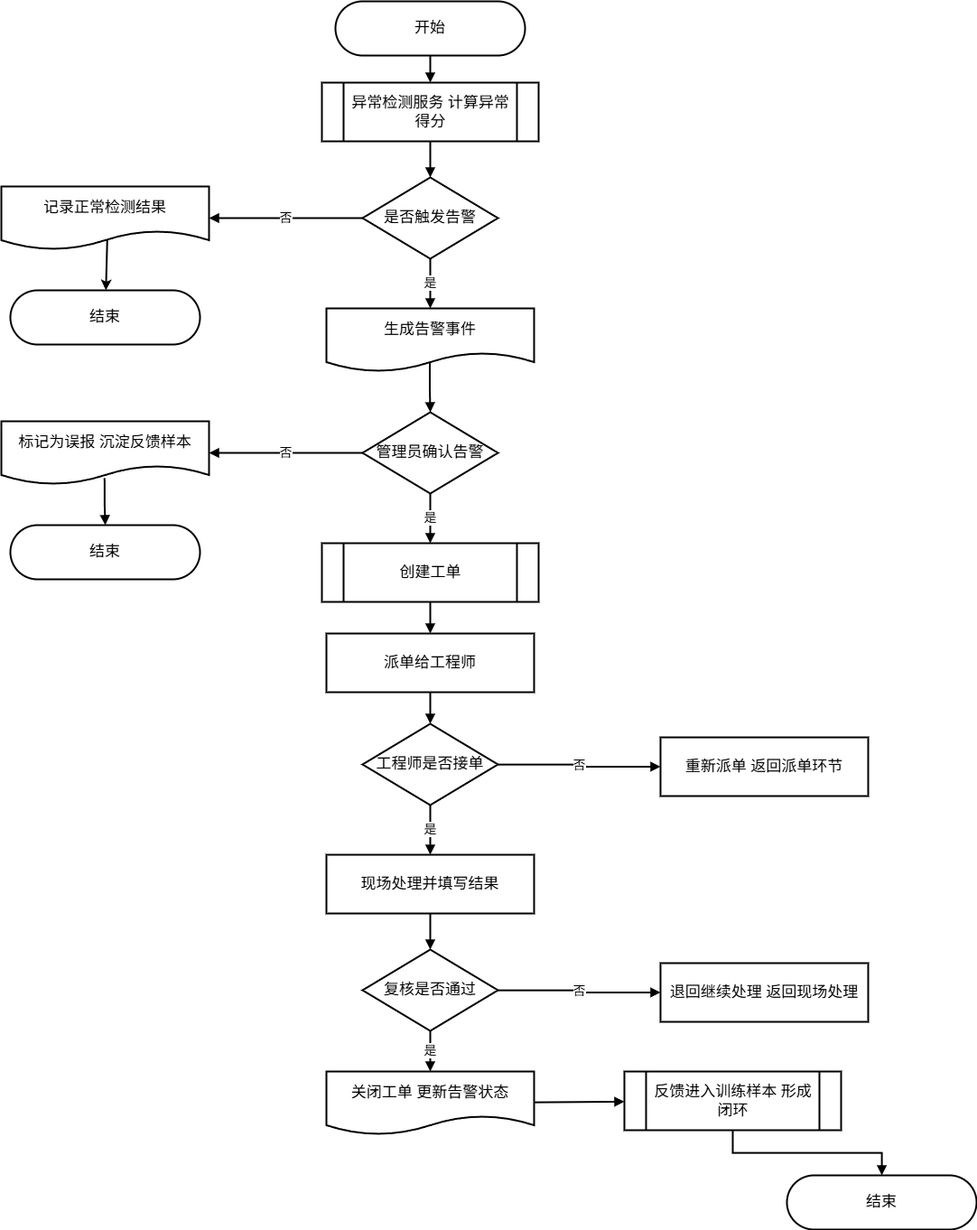
Earlier version of the draw.io export pictures_drawio/告警与工单闭环流程图.drawio.png (solisW/my_thesis_system). Source tidied: cells renumbered, new cells last; positions are measured from the earlier drawing's top-left corner, leaving out a move shared by most shapes. The source it was exported from:
```xml
<mxGraphModel>
  <root>
    <mxCell id="0" />
    <mxCell id="1" parent="0" />
    <mxCell id="2" value="开始" style="rounded=1;arcSize=50;whiteSpace=wrap;html=1;fillColor=#ffffff;strokeColor=#000000;strokeWidth=2;fontSize=17;" parent="1" vertex="1">
      <mxGeometry x="370" width="210" height="60" as="geometry" />
    </mxCell>
    <mxCell id="3" value="异常检测服务 计算异常得分" style="shape=process;whiteSpace=wrap;html=1;backgroundOutline=1;fillColor=#ffffff;strokeColor=#000000;strokeWidth=2;fontSize=17;" parent="1" vertex="1">
      <mxGeometry x="355" y="90" width="240" height="65" as="geometry" />
    </mxCell>
    <mxCell id="4" value="是否触发告警" style="rhombus;whiteSpace=wrap;html=1;fillColor=#ffffff;strokeColor=#000000;strokeWidth=2;fontSize=17;" parent="1" vertex="1">
      <mxGeometry x="400" y="195" width="150" height="90" as="geometry" />
    </mxCell>
    <mxCell id="5" style="rounded=0;jettySize=auto;html=1;strokeWidth=2;exitX=0.51;exitY=0.831;exitDx=0;exitDy=0;exitPerimeter=0;" parent="1" edge="1" source="6" target="7">
      <mxGeometry relative="1" as="geometry" />
    </mxCell>
    <mxCell id="6" value="记录正常检测结果" style="shape=document;whiteSpace=wrap;html=1;boundedLbl=1;fillColor=#ffffff;strokeColor=#000000;strokeWidth=2;fontSize=17;" parent="1" vertex="1">
      <mxGeometry y="205" width="230" height="70" as="geometry" />
    </mxCell>
    <mxCell id="7" value="结束" style="rounded=1;arcSize=50;whiteSpace=wrap;html=1;fillColor=#ffffff;strokeColor=#000000;strokeWidth=2;fontSize=17;" parent="1" vertex="1">
      <mxGeometry x="10" y="320" width="210" height="60" as="geometry" />
    </mxCell>
    <mxCell id="8" value="生成告警事件" style="shape=document;whiteSpace=wrap;html=1;boundedLbl=1;fillColor=#ffffff;strokeColor=#000000;strokeWidth=2;fontSize=17;" parent="1" vertex="1">
      <mxGeometry x="360" y="340" width="230" height="70" as="geometry" />
    </mxCell>
    <mxCell id="9" value="管理员确认告警" style="rhombus;whiteSpace=wrap;html=1;fillColor=#ffffff;strokeColor=#000000;strokeWidth=2;fontSize=17;" parent="1" vertex="1">
      <mxGeometry x="400" y="455" width="150" height="90" as="geometry" />
    </mxCell>
    <mxCell id="10" value="标记为误报 沉淀反馈样本" style="shape=document;whiteSpace=wrap;html=1;boundedLbl=1;fillColor=#ffffff;strokeColor=#000000;strokeWidth=2;fontSize=17;" parent="1" vertex="1">
      <mxGeometry y="465" width="230" height="70" as="geometry" />
    </mxCell>
    <mxCell id="11" value="结束" style="rounded=1;arcSize=50;whiteSpace=wrap;html=1;fillColor=#ffffff;strokeColor=#000000;strokeWidth=2;fontSize=17;" parent="1" vertex="1">
      <mxGeometry x="10" y="580" width="210" height="60" as="geometry" />
    </mxCell>
    <mxCell id="12" value="创建工单" style="shape=process;whiteSpace=wrap;html=1;backgroundOutline=1;fillColor=#ffffff;strokeColor=#000000;strokeWidth=2;fontSize=17;" parent="1" vertex="1">
      <mxGeometry x="355" y="600" width="240" height="65" as="geometry" />
    </mxCell>
    <mxCell id="13" value="派单给工程师" style="rounded=0;whiteSpace=wrap;html=1;fillColor=#ffffff;strokeColor=#000000;strokeWidth=2;fontSize=17;" parent="1" vertex="1">
      <mxGeometry x="360" y="700" width="230" height="65" as="geometry" />
    </mxCell>
    <mxCell id="14" value="工程师是否接单" style="rhombus;whiteSpace=wrap;html=1;fillColor=#ffffff;strokeColor=#000000;strokeWidth=2;fontSize=17;" parent="1" vertex="1">
      <mxGeometry x="400" y="800" width="150" height="90" as="geometry" />
    </mxCell>
    <mxCell id="15" value="重新派单 返回派单环节" style="rounded=0;whiteSpace=wrap;html=1;fillColor=#ffffff;strokeColor=#000000;strokeWidth=2;fontSize=17;" parent="1" vertex="1">
      <mxGeometry x="730" y="815" width="230" height="65" as="geometry" />
    </mxCell>
    <mxCell id="16" value="现场处理并填写结果" style="rounded=0;whiteSpace=wrap;html=1;fillColor=#ffffff;strokeColor=#000000;strokeWidth=2;fontSize=17;" parent="1" vertex="1">
      <mxGeometry x="360" y="945" width="230" height="65" as="geometry" />
    </mxCell>
    <mxCell id="17" value="复核是否通过" style="rhombus;whiteSpace=wrap;html=1;fillColor=#ffffff;strokeColor=#000000;strokeWidth=2;fontSize=17;" parent="1" vertex="1">
      <mxGeometry x="400" y="1050" width="150" height="90" as="geometry" />
    </mxCell>
    <mxCell id="18" value="退回继续处理 返回现场处理" style="rounded=0;whiteSpace=wrap;html=1;fillColor=#ffffff;strokeColor=#000000;strokeWidth=2;fontSize=17;" parent="1" vertex="1">
      <mxGeometry x="730" y="1065" width="230" height="65" as="geometry" />
    </mxCell>
    <mxCell id="19" value="关闭工单 更新告警状态" style="shape=document;whiteSpace=wrap;html=1;boundedLbl=1;fillColor=#ffffff;strokeColor=#000000;strokeWidth=2;fontSize=17;" parent="1" vertex="1">
      <mxGeometry x="360" y="1185" width="230" height="70" as="geometry" />
    </mxCell>
    <mxCell id="20" value="反馈进入训练样本 形成闭环" style="shape=process;whiteSpace=wrap;html=1;backgroundOutline=1;fillColor=#ffffff;strokeColor=#000000;strokeWidth=2;fontSize=17;" parent="1" vertex="1">
      <mxGeometry x="690" y="1185" width="240" height="65" as="geometry" />
    </mxCell>
    <mxCell id="21" value="结束" style="rounded=1;arcSize=50;whiteSpace=wrap;html=1;fillColor=#ffffff;strokeColor=#000000;strokeWidth=2;fontSize=17;" parent="1" vertex="1">
      <mxGeometry x="870" y="1300" width="210" height="60" as="geometry" />
    </mxCell>
    <mxCell id="22" style="endArrow=block;html=1;rounded=0;edgeStyle=orthogonalEdgeStyle;strokeWidth=2;fontSize=14;" parent="1" edge="1" source="2" target="3">
      <mxGeometry relative="1" as="geometry" />
    </mxCell>
    <mxCell id="23" style="endArrow=block;html=1;rounded=0;edgeStyle=orthogonalEdgeStyle;strokeWidth=2;fontSize=14;" parent="1" edge="1" source="3" target="4">
      <mxGeometry relative="1" as="geometry" />
    </mxCell>
    <mxCell id="24" value="否" style="endArrow=block;html=1;rounded=0;edgeStyle=orthogonalEdgeStyle;strokeWidth=2;fontSize=14;" parent="1" edge="1" source="4" target="6">
      <mxGeometry relative="1" as="geometry" />
    </mxCell>
    <mxCell id="25" value="是" style="endArrow=block;html=1;rounded=0;edgeStyle=orthogonalEdgeStyle;strokeWidth=2;fontSize=14;" parent="1" edge="1" source="4" target="8">
      <mxGeometry relative="1" as="geometry" />
    </mxCell>
    <mxCell id="26" style="endArrow=block;html=1;rounded=0;edgeStyle=orthogonalEdgeStyle;strokeWidth=2;fontSize=14;exitX=0.498;exitY=0.85;exitDx=0;exitDy=0;exitPerimeter=0;" parent="1" edge="1" source="8" target="9">
      <mxGeometry relative="1" as="geometry" />
    </mxCell>
    <mxCell id="27" value="否" style="endArrow=block;html=1;rounded=0;edgeStyle=orthogonalEdgeStyle;strokeWidth=2;fontSize=14;" parent="1" edge="1" source="9" target="10">
      <mxGeometry relative="1" as="geometry" />
    </mxCell>
    <mxCell id="28" style="endArrow=block;html=1;rounded=0;edgeStyle=orthogonalEdgeStyle;strokeWidth=2;fontSize=14;exitX=0.497;exitY=0.898;exitDx=0;exitDy=0;exitPerimeter=0;" parent="1" edge="1" source="10" target="11">
      <mxGeometry relative="1" as="geometry" />
    </mxCell>
    <mxCell id="29" value="是" style="endArrow=block;html=1;rounded=0;edgeStyle=orthogonalEdgeStyle;strokeWidth=2;fontSize=14;" parent="1" edge="1" source="9" target="12">
      <mxGeometry relative="1" as="geometry" />
    </mxCell>
    <mxCell id="30" style="endArrow=block;html=1;rounded=0;edgeStyle=orthogonalEdgeStyle;strokeWidth=2;fontSize=14;" parent="1" edge="1" source="12" target="13">
      <mxGeometry relative="1" as="geometry" />
    </mxCell>
    <mxCell id="31" style="endArrow=block;html=1;rounded=0;edgeStyle=orthogonalEdgeStyle;strokeWidth=2;fontSize=14;" parent="1" edge="1" source="13" target="14">
      <mxGeometry relative="1" as="geometry" />
    </mxCell>
    <mxCell id="32" value="否" style="endArrow=block;html=1;rounded=0;edgeStyle=orthogonalEdgeStyle;strokeWidth=2;fontSize=14;" parent="1" edge="1" source="14" target="15">
      <mxGeometry relative="1" as="geometry" />
    </mxCell>
    <mxCell id="33" value="是" style="endArrow=block;html=1;rounded=0;edgeStyle=orthogonalEdgeStyle;strokeWidth=2;fontSize=14;" parent="1" edge="1" source="14" target="16">
      <mxGeometry relative="1" as="geometry" />
    </mxCell>
    <mxCell id="34" style="endArrow=block;html=1;rounded=0;edgeStyle=orthogonalEdgeStyle;strokeWidth=2;fontSize=14;" parent="1" edge="1" source="16" target="17">
      <mxGeometry relative="1" as="geometry" />
    </mxCell>
    <mxCell id="35" value="否" style="endArrow=block;html=1;rounded=0;edgeStyle=orthogonalEdgeStyle;strokeWidth=2;fontSize=14;" parent="1" edge="1" source="17" target="18">
      <mxGeometry relative="1" as="geometry" />
    </mxCell>
    <mxCell id="36" value="是" style="endArrow=block;html=1;rounded=0;edgeStyle=orthogonalEdgeStyle;strokeWidth=2;fontSize=14;" parent="1" edge="1" source="17" target="19">
      <mxGeometry relative="1" as="geometry" />
    </mxCell>
    <mxCell id="37" style="endArrow=block;html=1;rounded=0;strokeWidth=2;fontSize=14;" parent="1" edge="1" source="19" target="20">
      <mxGeometry relative="1" as="geometry" />
    </mxCell>
    <mxCell id="38" style="endArrow=block;html=1;rounded=0;edgeStyle=orthogonalEdgeStyle;strokeWidth=2;fontSize=14;" parent="1" edge="1" source="20" target="21">
      <mxGeometry relative="1" as="geometry" />
    </mxCell>
  </root>
</mxGraphModel>
```
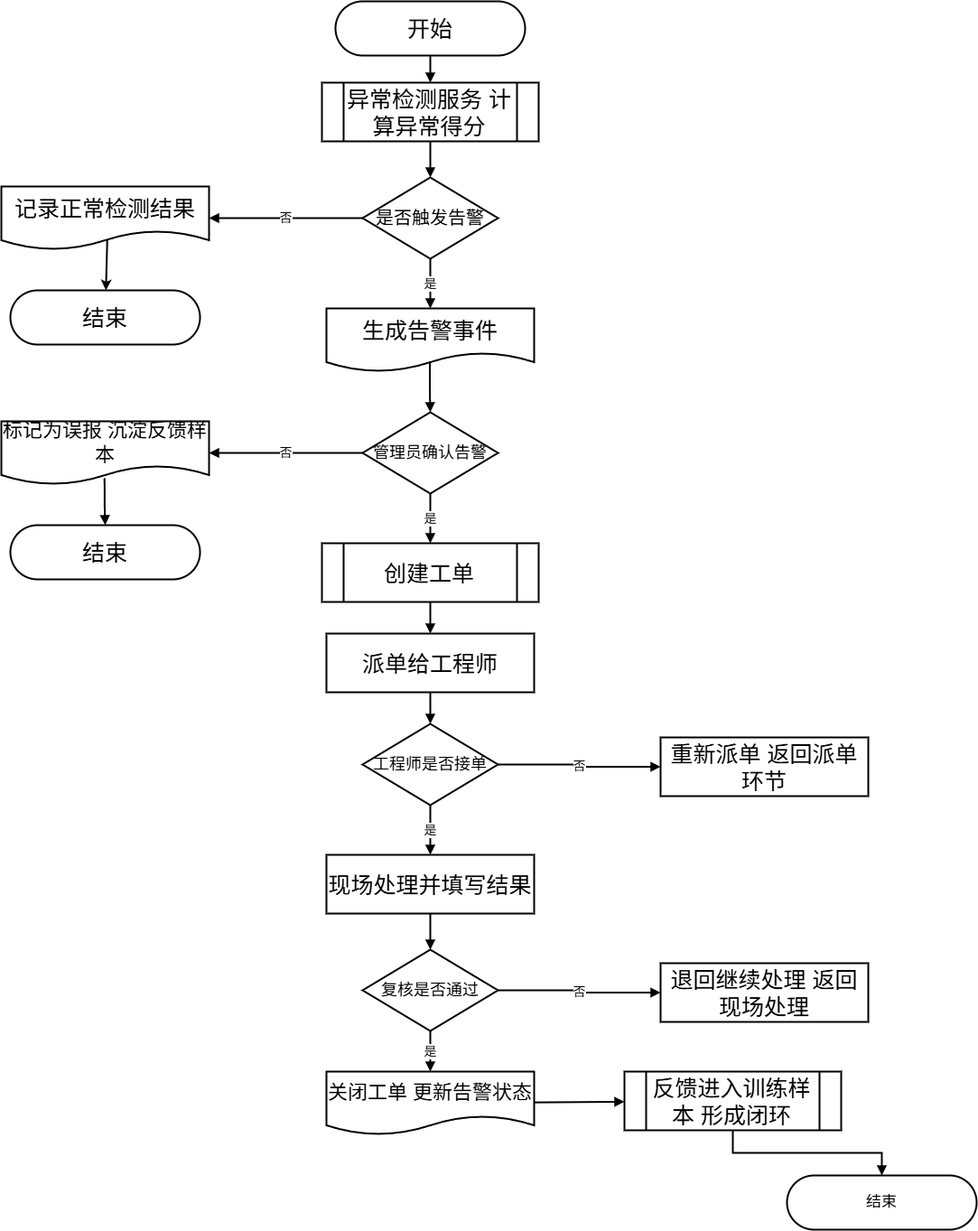
Above is the later version.

Diff of the diagram source:
```diff
@@ -2,61 +2,61 @@
   <root>
     <mxCell id="0" />
     <mxCell id="1" parent="0" />
-    <mxCell id="2" value="开始" style="rounded=1;arcSize=50;whiteSpace=wrap;html=1;fillColor=#ffffff;strokeColor=#000000;strokeWidth=2;fontSize=17;" parent="1" vertex="1">
+    <mxCell id="2" value="&lt;font style=&quot;font-size: 25px;&quot;&gt;开始&lt;/font&gt;" style="rounded=1;arcSize=50;whiteSpace=wrap;html=1;fillColor=#ffffff;strokeColor=#000000;strokeWidth=2;fontSize=17;" parent="1" vertex="1">
       <mxGeometry x="370" width="210" height="60" as="geometry" />
     </mxCell>
-    <mxCell id="3" value="异常检测服务 计算异常得分" style="shape=process;whiteSpace=wrap;html=1;backgroundOutline=1;fillColor=#ffffff;strokeColor=#000000;strokeWidth=2;fontSize=17;" parent="1" vertex="1">
+    <mxCell id="3" value="&lt;font style=&quot;font-size: 25px;&quot;&gt;异常检测服务 计算异常得分&lt;/font&gt;" style="shape=process;whiteSpace=wrap;html=1;backgroundOutline=1;fillColor=#ffffff;strokeColor=#000000;strokeWidth=2;fontSize=17;" parent="1" vertex="1">
       <mxGeometry x="355" y="90" width="240" height="65" as="geometry" />
     </mxCell>
-    <mxCell id="4" value="是否触发告警" style="rhombus;whiteSpace=wrap;html=1;fillColor=#ffffff;strokeColor=#000000;strokeWidth=2;fontSize=17;" parent="1" vertex="1">
+    <mxCell id="4" value="&lt;font style=&quot;font-size: 20px;&quot;&gt;是否触发告警&lt;/font&gt;" style="rhombus;whiteSpace=wrap;html=1;fillColor=#ffffff;strokeColor=#000000;strokeWidth=2;fontSize=17;" parent="1" vertex="1">
       <mxGeometry x="400" y="195" width="150" height="90" as="geometry" />
     </mxCell>
     <mxCell id="5" style="rounded=0;jettySize=auto;html=1;strokeWidth=2;exitX=0.51;exitY=0.831;exitDx=0;exitDy=0;exitPerimeter=0;" parent="1" edge="1" source="6" target="7">
       <mxGeometry relative="1" as="geometry" />
     </mxCell>
-    <mxCell id="6" value="记录正常检测结果" style="shape=document;whiteSpace=wrap;html=1;boundedLbl=1;fillColor=#ffffff;strokeColor=#000000;strokeWidth=2;fontSize=17;" parent="1" vertex="1">
+    <mxCell id="6" value="&lt;font style=&quot;font-size: 25px;&quot;&gt;记录正常检测结果&lt;/font&gt;" style="shape=document;whiteSpace=wrap;html=1;boundedLbl=1;fillColor=#ffffff;strokeColor=#000000;strokeWidth=2;fontSize=17;" parent="1" vertex="1">
       <mxGeometry y="205" width="230" height="70" as="geometry" />
     </mxCell>
-    <mxCell id="7" value="结束" style="rounded=1;arcSize=50;whiteSpace=wrap;html=1;fillColor=#ffffff;strokeColor=#000000;strokeWidth=2;fontSize=17;" parent="1" vertex="1">
+    <mxCell id="7" value="&lt;font style=&quot;font-size: 25px;&quot;&gt;结束&lt;/font&gt;" style="rounded=1;arcSize=50;whiteSpace=wrap;html=1;fillColor=#ffffff;strokeColor=#000000;strokeWidth=2;fontSize=17;" parent="1" vertex="1">
       <mxGeometry x="10" y="320" width="210" height="60" as="geometry" />
     </mxCell>
-    <mxCell id="8" value="生成告警事件" style="shape=document;whiteSpace=wrap;html=1;boundedLbl=1;fillColor=#ffffff;strokeColor=#000000;strokeWidth=2;fontSize=17;" parent="1" vertex="1">
+    <mxCell id="8" value="&lt;font style=&quot;font-size: 25px;&quot;&gt;生成告警事件&lt;/font&gt;" style="shape=document;whiteSpace=wrap;html=1;boundedLbl=1;fillColor=#ffffff;strokeColor=#000000;strokeWidth=2;fontSize=17;" parent="1" vertex="1">
       <mxGeometry x="360" y="340" width="230" height="70" as="geometry" />
     </mxCell>
-    <mxCell id="9" value="管理员确认告警" style="rhombus;whiteSpace=wrap;html=1;fillColor=#ffffff;strokeColor=#000000;strokeWidth=2;fontSize=17;" parent="1" vertex="1">
+    <mxCell id="9" value="&lt;font style=&quot;font-size: 18px;&quot;&gt;管理员确认告警&lt;/font&gt;" style="rhombus;whiteSpace=wrap;html=1;fillColor=#ffffff;strokeColor=#000000;strokeWidth=2;fontSize=17;" parent="1" vertex="1">
       <mxGeometry x="400" y="455" width="150" height="90" as="geometry" />
     </mxCell>
-    <mxCell id="10" value="标记为误报 沉淀反馈样本" style="shape=document;whiteSpace=wrap;html=1;boundedLbl=1;fillColor=#ffffff;strokeColor=#000000;strokeWidth=2;fontSize=17;" parent="1" vertex="1">
+    <mxCell id="10" value="&lt;font style=&quot;font-size: 22px;&quot;&gt;标记为误报 沉淀反馈样本&lt;/font&gt;" style="shape=document;whiteSpace=wrap;html=1;boundedLbl=1;fillColor=#ffffff;strokeColor=#000000;strokeWidth=2;fontSize=17;" parent="1" vertex="1">
       <mxGeometry y="465" width="230" height="70" as="geometry" />
     </mxCell>
-    <mxCell id="11" value="结束" style="rounded=1;arcSize=50;whiteSpace=wrap;html=1;fillColor=#ffffff;strokeColor=#000000;strokeWidth=2;fontSize=17;" parent="1" vertex="1">
+    <mxCell id="11" value="&lt;font style=&quot;font-size: 25px;&quot;&gt;结束&lt;/font&gt;" style="rounded=1;arcSize=50;whiteSpace=wrap;html=1;fillColor=#ffffff;strokeColor=#000000;strokeWidth=2;fontSize=17;" parent="1" vertex="1">
       <mxGeometry x="10" y="580" width="210" height="60" as="geometry" />
     </mxCell>
-    <mxCell id="12" value="创建工单" style="shape=process;whiteSpace=wrap;html=1;backgroundOutline=1;fillColor=#ffffff;strokeColor=#000000;strokeWidth=2;fontSize=17;" parent="1" vertex="1">
+    <mxCell id="12" value="&lt;font style=&quot;font-size: 25px;&quot;&gt;创建工单&lt;/font&gt;" style="shape=process;whiteSpace=wrap;html=1;backgroundOutline=1;fillColor=#ffffff;strokeColor=#000000;strokeWidth=2;fontSize=17;" parent="1" vertex="1">
       <mxGeometry x="355" y="600" width="240" height="65" as="geometry" />
     </mxCell>
-    <mxCell id="13" value="派单给工程师" style="rounded=0;whiteSpace=wrap;html=1;fillColor=#ffffff;strokeColor=#000000;strokeWidth=2;fontSize=17;" parent="1" vertex="1">
+    <mxCell id="13" value="&lt;font style=&quot;font-size: 25px;&quot;&gt;派单给工程师&lt;/font&gt;" style="rounded=0;whiteSpace=wrap;html=1;fillColor=#ffffff;strokeColor=#000000;strokeWidth=2;fontSize=17;" parent="1" vertex="1">
       <mxGeometry x="360" y="700" width="230" height="65" as="geometry" />
     </mxCell>
-    <mxCell id="14" value="工程师是否接单" style="rhombus;whiteSpace=wrap;html=1;fillColor=#ffffff;strokeColor=#000000;strokeWidth=2;fontSize=17;" parent="1" vertex="1">
+    <mxCell id="14" value="&lt;font style=&quot;font-size: 18px;&quot;&gt;工程师是否接单&lt;/font&gt;" style="rhombus;whiteSpace=wrap;html=1;fillColor=#ffffff;strokeColor=#000000;strokeWidth=2;fontSize=17;" parent="1" vertex="1">
       <mxGeometry x="400" y="800" width="150" height="90" as="geometry" />
     </mxCell>
-    <mxCell id="15" value="重新派单 返回派单环节" style="rounded=0;whiteSpace=wrap;html=1;fillColor=#ffffff;strokeColor=#000000;strokeWidth=2;fontSize=17;" parent="1" vertex="1">
+    <mxCell id="15" value="&lt;font style=&quot;font-size: 25px;&quot;&gt;重新派单 返回派单环节&lt;/font&gt;" style="rounded=0;whiteSpace=wrap;html=1;fillColor=#ffffff;strokeColor=#000000;strokeWidth=2;fontSize=17;" parent="1" vertex="1">
       <mxGeometry x="730" y="815" width="230" height="65" as="geometry" />
     </mxCell>
-    <mxCell id="16" value="现场处理并填写结果" style="rounded=0;whiteSpace=wrap;html=1;fillColor=#ffffff;strokeColor=#000000;strokeWidth=2;fontSize=17;" parent="1" vertex="1">
+    <mxCell id="16" value="&lt;font style=&quot;font-size: 25px;&quot;&gt;现场处理并填写结果&lt;/font&gt;" style="rounded=0;whiteSpace=wrap;html=1;fillColor=#ffffff;strokeColor=#000000;strokeWidth=2;fontSize=17;" parent="1" vertex="1">
       <mxGeometry x="360" y="945" width="230" height="65" as="geometry" />
     </mxCell>
-    <mxCell id="17" value="复核是否通过" style="rhombus;whiteSpace=wrap;html=1;fillColor=#ffffff;strokeColor=#000000;strokeWidth=2;fontSize=17;" parent="1" vertex="1">
+    <mxCell id="17" value="&lt;font style=&quot;font-size: 18px;&quot;&gt;复核是否通过&lt;/font&gt;" style="rhombus;whiteSpace=wrap;html=1;fillColor=#ffffff;strokeColor=#000000;strokeWidth=2;fontSize=17;" parent="1" vertex="1">
       <mxGeometry x="400" y="1050" width="150" height="90" as="geometry" />
     </mxCell>
-    <mxCell id="18" value="退回继续处理 返回现场处理" style="rounded=0;whiteSpace=wrap;html=1;fillColor=#ffffff;strokeColor=#000000;strokeWidth=2;fontSize=17;" parent="1" vertex="1">
+    <mxCell id="18" value="&lt;font style=&quot;font-size: 25px;&quot;&gt;退回继续处理 返回现场处理&lt;/font&gt;" style="rounded=0;whiteSpace=wrap;html=1;fillColor=#ffffff;strokeColor=#000000;strokeWidth=2;fontSize=17;" parent="1" vertex="1">
       <mxGeometry x="730" y="1065" width="230" height="65" as="geometry" />
     </mxCell>
-    <mxCell id="19" value="关闭工单 更新告警状态" style="shape=document;whiteSpace=wrap;html=1;boundedLbl=1;fillColor=#ffffff;strokeColor=#000000;strokeWidth=2;fontSize=17;" parent="1" vertex="1">
+    <mxCell id="19" value="&lt;font style=&quot;font-size: 22px;&quot;&gt;关闭工单 更新告警状态&lt;/font&gt;" style="shape=document;whiteSpace=wrap;html=1;boundedLbl=1;fillColor=#ffffff;strokeColor=#000000;strokeWidth=2;fontSize=17;" parent="1" vertex="1">
       <mxGeometry x="360" y="1185" width="230" height="70" as="geometry" />
     </mxCell>
-    <mxCell id="20" value="反馈进入训练样本 形成闭环" style="shape=process;whiteSpace=wrap;html=1;backgroundOutline=1;fillColor=#ffffff;strokeColor=#000000;strokeWidth=2;fontSize=17;" parent="1" vertex="1">
+    <mxCell id="20" value="&lt;font style=&quot;font-size: 25px;&quot;&gt;反馈进入训练样本 形成闭环&lt;/font&gt;" style="shape=process;whiteSpace=wrap;html=1;backgroundOutline=1;fillColor=#ffffff;strokeColor=#000000;strokeWidth=2;fontSize=17;" parent="1" vertex="1">
       <mxGeometry x="690" y="1185" width="240" height="65" as="geometry" />
     </mxCell>
     <mxCell id="21" value="结束" style="rounded=1;arcSize=50;whiteSpace=wrap;html=1;fillColor=#ffffff;strokeColor=#000000;strokeWidth=2;fontSize=17;" parent="1" vertex="1">
```
